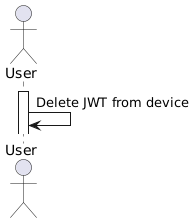
Earlier version of the PlantUML export docs/gp1/images/docs/diagrams/sequence-diagrams/all-sequence-diagrams/Logout.png (jadwalapp/symmetrical-spoon).
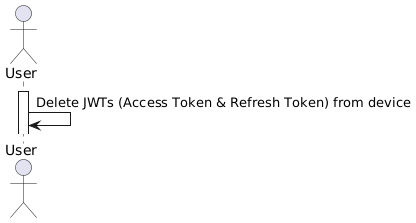
Above is the later version.

Diff of the diagram source:
```diff
@@ -1,7 +1,8 @@
-@startuml
+@startuml Logout
 actor User
 
 activate User
 
-User -> User : Delete JWT from device
+User -> User : Delete JWTs (Access Token & Refresh Token) from device
+
 @enduml
```
